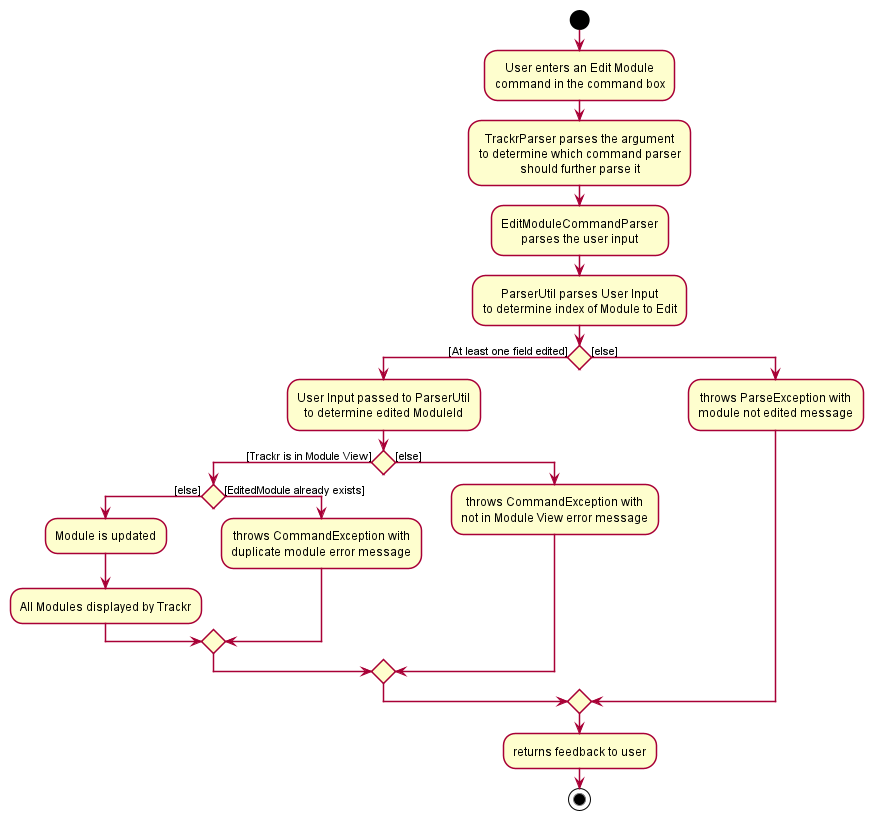
Above: docs/images/EditCommandActivityDiagram.png in nus-cs2103-AY2021S1/tp (PlantUML), before the change.
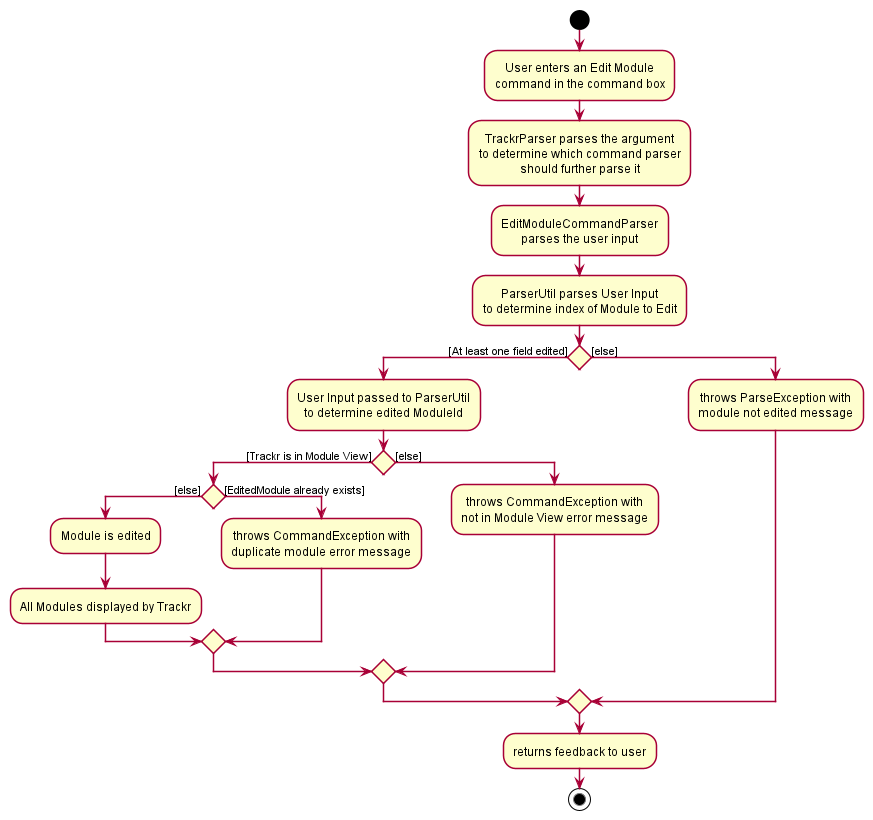
The same file after the commit.

What changed in the source:
```diff
@@ -68,7 +68,7 @@
         to determine edited ModuleId;
         if () then ([Trackr is in Module View])
                 if () then ([else])
-                        :Module is updated;
+                        :Module is edited;
                         :All Modules displayed by Trackr;
                 else ([EditedModule already exists])
                         :throws CommandException with
@@ -85,5 +85,4 @@
 :returns feedback to user;
 
 stop
-
 @enduml
```
